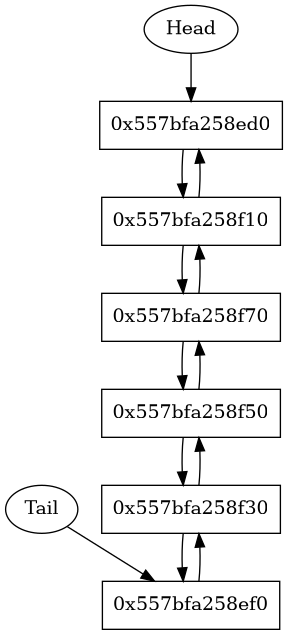
This is DoublyLinkedListedClassic/cmake-build-debug/dump.dot.png from AlgebraicWolf/FPMI_1sem_programming_homework, a Graphviz export, as it was before one commit. Its source is kept beside it as DoublyLinkedListedClassic/cmake-build-debug/dump.dot. Its diagram source:
```dot
digraph {
node0x557bfa258ed0[label="0x557bfa258ed0",shape=box];
node0x557bfa258f10[label="0x557bfa258f10",shape=box];
node0x557bfa258ed0 -> node0x557bfa258f10;
node0x557bfa258f10 -> node0x557bfa258ed0;
node0x557bfa258f70[label="0x557bfa258f70",shape=box];
node0x557bfa258f10 -> node0x557bfa258f70;
node0x557bfa258f70 -> node0x557bfa258f10;
node0x557bfa258f50[label="0x557bfa258f50",shape=box];
node0x557bfa258f70 -> node0x557bfa258f50;
node0x557bfa258f50 -> node0x557bfa258f70;
node0x557bfa258f30[label="0x557bfa258f30",shape=box];
node0x557bfa258f50 -> node0x557bfa258f30;
node0x557bfa258f30 -> node0x557bfa258f50;
node0x557bfa258ef0[label="0x557bfa258ef0",shape=box];
node0x557bfa258f30 -> node0x557bfa258ef0;
node0x557bfa258ef0 -> node0x557bfa258f30;
Head -> node0x557bfa258ed0;
Tail -> node0x557bfa258ef0;
}
```
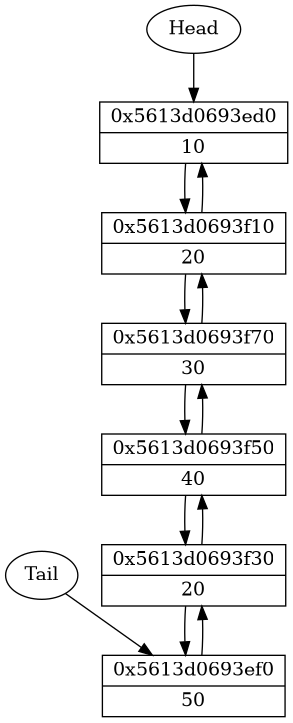
The same diagram one commit later.

Commit message:
Implemented support of custom renderer of the node's value

What changed in the source:
```diff
@@ -1,20 +1,20 @@
 digraph {
-node0x557bfa258ed0[label="0x557bfa258ed0",shape=box];
-node0x557bfa258f10[label="0x557bfa258f10",shape=box];
-node0x557bfa258ed0 -> node0x557bfa258f10;
-node0x557bfa258f10 -> node0x557bfa258ed0;
-node0x557bfa258f70[label="0x557bfa258f70",shape=box];
-node0x557bfa258f10 -> node0x557bfa258f70;
-node0x557bfa258f70 -> node0x557bfa258f10;
-node0x557bfa258f50[label="0x557bfa258f50",shape=box];
-node0x557bfa258f70 -> node0x557bfa258f50;
-node0x557bfa258f50 -> node0x557bfa258f70;
-node0x557bfa258f30[label="0x557bfa258f30",shape=box];
-node0x557bfa258f50 -> node0x557bfa258f30;
-node0x557bfa258f30 -> node0x557bfa258f50;
-node0x557bfa258ef0[label="0x557bfa258ef0",shape=box];
-node0x557bfa258f30 -> node0x557bfa258ef0;
-node0x557bfa258ef0 -> node0x557bfa258f30;
-Head -> node0x557bfa258ed0;
-Tail -> node0x557bfa258ef0;
+node0x5613d0693ed0[label="{{0x5613d0693ed0}|{10}}",shape=record];
+node0x5613d0693f10[label="{{0x5613d0693f10}|{20}}",shape=record];
+node0x5613d0693ed0 -> node0x5613d0693f10;
+node0x5613d0693f10 -> node0x5613d0693ed0;
+node0x5613d0693f70[label="{{0x5613d0693f70}|{30}}",shape=record];
+node0x5613d0693f10 -> node0x5613d0693f70;
+node0x5613d0693f70 -> node0x5613d0693f10;
+node0x5613d0693f50[label="{{0x5613d0693f50}|{40}}",shape=record];
+node0x5613d0693f70 -> node0x5613d0693f50;
+node0x5613d0693f50 -> node0x5613d0693f70;
+node0x5613d0693f30[label="{{0x5613d0693f30}|{20}}",shape=record];
+node0x5613d0693f50 -> node0x5613d0693f30;
+node0x5613d0693f30 -> node0x5613d0693f50;
+node0x5613d0693ef0[label="{{0x5613d0693ef0}|{50}}",shape=record];
+node0x5613d0693f30 -> node0x5613d0693ef0;
+node0x5613d0693ef0 -> node0x5613d0693f30;
+Head -> node0x5613d0693ed0;
+Tail -> node0x5613d0693ef0;
 }
```
